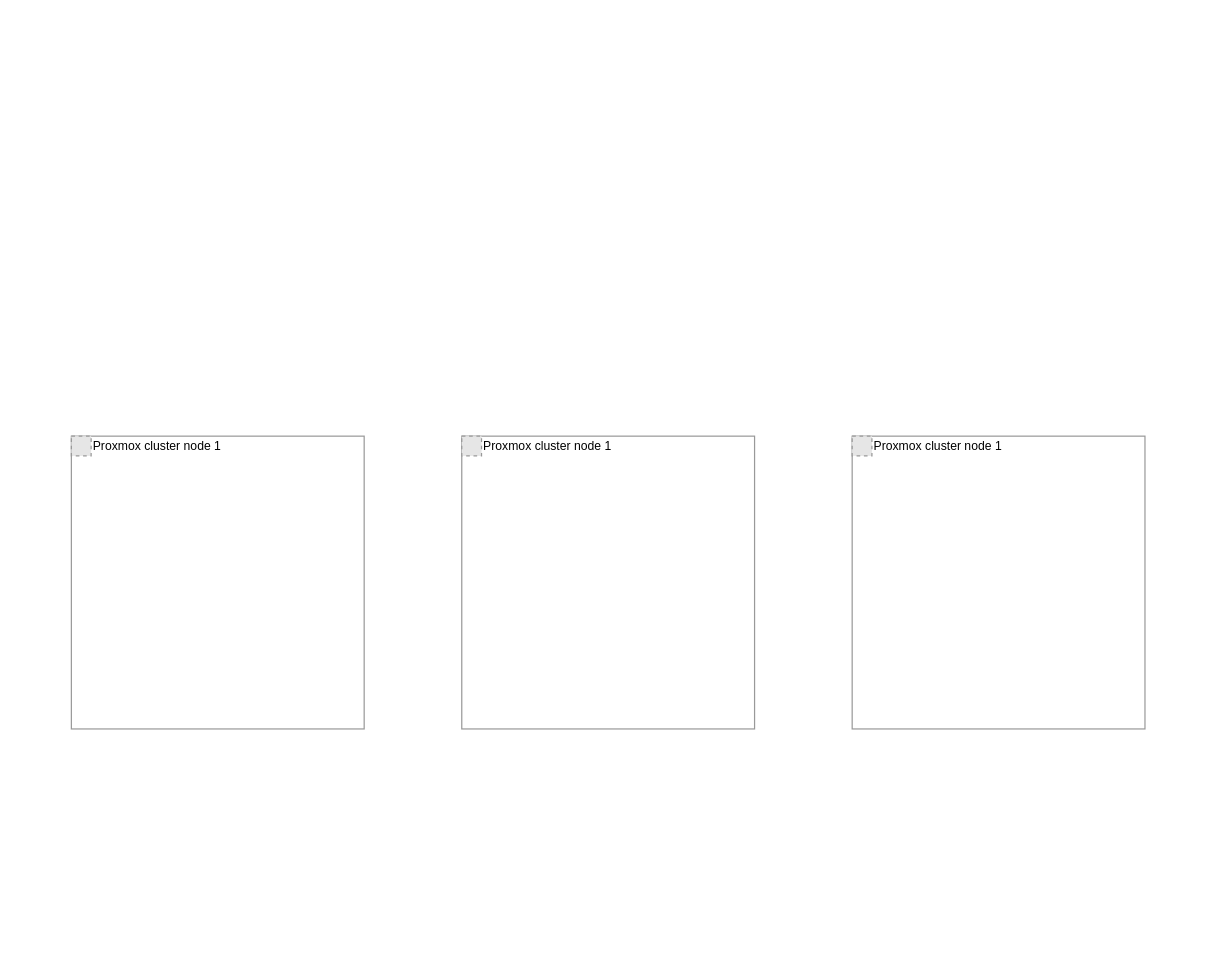
7ak/draw.io keeps this draw.io diagram as Proxmox networks.drawio. Above is the earlier version. Source tidied: cells renumbered, new cells numbered last; positions are measured from the earlier drawing's top-left corner, leaving out a move shared by most shapes. Both pictures are drawn from the tidied source at 122%, with x=0, y=0 at pixel (71, 436). Pictures stored in the file or linked from it are replaced by grey dashed boxes.
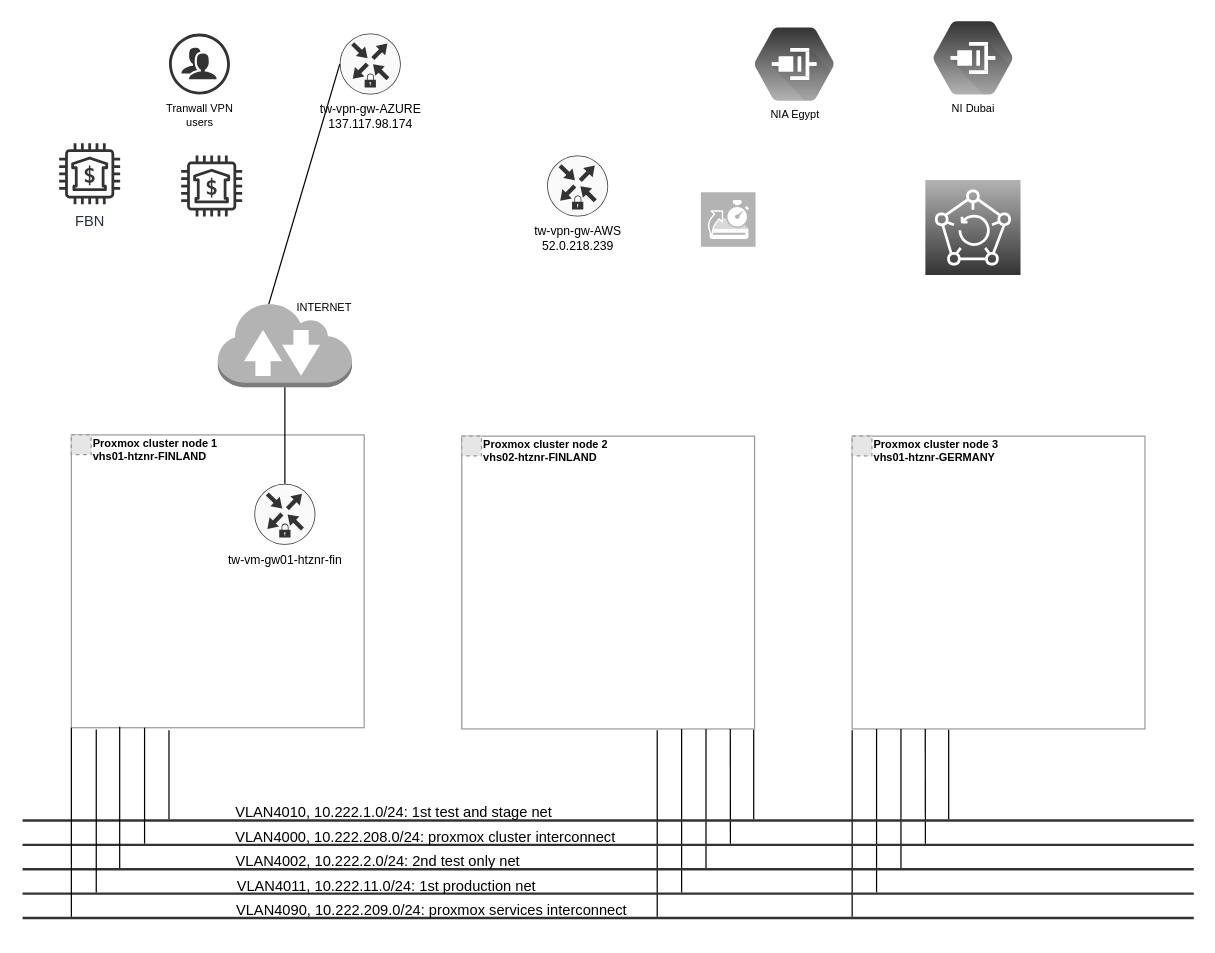
After the change.

The change refers to these unchanged cells:
```xml
<mxCell id="3" style="whiteSpace=wrap;html=1;fillColor=none;strokeColor=#999999;" parent="2" vertex="1">
  <mxGeometry width="240" height="240" as="geometry" />
</mxCell>
<mxCell id="5" style="group;fontStyle=1;" parent="1" vertex="1">
  <mxGeometry x="320" width="240" height="270" as="geometry" />
</mxCell>
<mxCell id="8" style="group;" parent="1" vertex="1">
  <mxGeometry x="640" width="240" height="270" as="geometry" />
</mxCell>
```

Change to the diagram source:
```diff
@@
     <mxCell id="2" style="group;" parent="1" vertex="1">
-      <mxGeometry width="240" height="270" as="geometry" />
+      <mxGeometry y="-1" width="240" height="270" as="geometry" />
     </mxCell>
@@
-    <mxCell id="4" value="Proxmox cluster node 1" style="fillColor=#E6E6E6;strokeColor=#999999;dashed=1;html=1;verticalAlign=middle;verticalLabelPosition=middle;labelBackgroundColor=#ffffff;labelPosition=right;align=left;fontSize=10;" parent="2" vertex="1">
+    <mxCell id="4" value="Proxmox cluster node 1&lt;br&gt;vhs01-htznr-FINLAND" style="fillColor=#E6E6E6;strokeColor=#999999;dashed=1;html=1;verticalAlign=middle;verticalLabelPosition=middle;labelBackgroundColor=#ffffff;labelPosition=right;align=left;fontSize=9;fontStyle=1;spacing=2;spacingBottom=-8;" parent="2" vertex="1">
       <mxGeometry width="16.2" height="16.2" as="geometry" />
     </mxCell>
+    <mxCell id="11" value="tw-vm-gw01-htznr-fin" style="points=[[0.5,0,0],[1,0.5,0],[0.5,1,0],[0,0.5,0],[0.145,0.145,0],[0.8555,0.145,0],[0.855,0.8555,0],[0.145,0.855,0]];verticalLabelPosition=bottom;html=1;verticalAlign=top;align=center;shape=mxgraph.cisco19.rect;prIcon=secure_router;fillColor=#FAFAFA;strokeColor=#333333;fontSize=10;" parent="2" vertex="1">
+      <mxGeometry x="150" y="40" width="50" height="50" as="geometry" />
+    </mxCell>
@@
-    <mxCell id="7" value="Proxmox cluster node 1" style="fillColor=#E6E6E6;strokeColor=#999999;dashed=1;html=1;verticalAlign=middle;verticalLabelPosition=middle;labelBackgroundColor=#ffffff;labelPosition=right;align=left;fontSize=10;" parent="5" vertex="1">
+    <mxCell id="7" value="Proxmox cluster node 2&lt;br&gt;vhs02-htznr-FINLAND" style="fillColor=#E6E6E6;strokeColor=#999999;dashed=1;html=1;verticalAlign=middle;verticalLabelPosition=middle;labelBackgroundColor=#ffffff;labelPosition=right;align=left;fontSize=9;fontStyle=1;spacing=2;spacingBottom=-8;" parent="5" vertex="1">
       <mxGeometry width="16.2" height="16.2" as="geometry" />
     </mxCell>
+    <mxCell id="12" style="orthogonalLoop=1;jettySize=auto;html=1;endArrow=none;strokeWidth=1;fontColor=#000000;fontSize=12;verticalAlign=top;strokeColor=#000000;fillColor=#ffffff;spacingTop=4;entryX=0.663;entryY=1.003;entryDx=0;entryDy=0;entryPerimeter=0;" parent="5" edge="1">
+      <mxGeometry relative="1" as="geometry">
+        <mxPoint x="239.3" y="314" as="sourcePoint" />
+        <mxPoint x="239.3" y="240.7" as="targetPoint" />
+      </mxGeometry>
+    </mxCell>
+    <mxCell id="13" style="orthogonalLoop=1;jettySize=auto;html=1;endArrow=none;strokeWidth=1;fontColor=#000000;fontSize=12;verticalAlign=top;strokeColor=#000000;fillColor=#ffffff;spacingTop=4;entryX=0.583;entryY=1;entryDx=0;entryDy=0;entryPerimeter=0;" parent="5" edge="1">
+      <mxGeometry relative="1" as="geometry">
+        <mxPoint x="220.2" y="334" as="sourcePoint" />
+        <mxPoint x="220.1" y="240" as="targetPoint" />
+      </mxGeometry>
+    </mxCell>
+    <mxCell id="14" style="orthogonalLoop=1;jettySize=auto;html=1;endArrow=none;strokeWidth=1;fontColor=#000000;fontSize=12;verticalAlign=top;strokeColor=#000000;fillColor=#ffffff;spacingTop=4;entryX=0.5;entryY=1;entryDx=0;entryDy=0;" parent="5" edge="1">
+      <mxGeometry relative="1" as="geometry">
+        <mxPoint x="200.2" y="354" as="sourcePoint" />
+        <mxPoint x="200.2" y="240" as="targetPoint" />
+      </mxGeometry>
+    </mxCell>
+    <mxCell id="15" style="orthogonalLoop=1;jettySize=auto;html=1;endArrow=none;strokeWidth=1;fontColor=#000000;fontSize=12;verticalAlign=top;strokeColor=#000000;fillColor=#ffffff;spacingTop=4;" parent="5" edge="1">
+      <mxGeometry relative="1" as="geometry">
+        <mxPoint x="180.2" y="374" as="sourcePoint" />
+        <mxPoint x="180.2" y="240" as="targetPoint" />
+      </mxGeometry>
+    </mxCell>
+    <mxCell id="16" style="orthogonalLoop=1;jettySize=auto;html=1;endArrow=none;strokeWidth=1;fontColor=#000000;fontSize=12;verticalAlign=top;strokeColor=#000000;fillColor=#ffffff;spacingTop=4;" parent="5" edge="1">
+      <mxGeometry relative="1" as="geometry">
+        <mxPoint x="160.2" y="394" as="sourcePoint" />
+        <mxPoint x="160.2" y="241" as="targetPoint" />
+      </mxGeometry>
+    </mxCell>
@@
-    <mxCell id="10" value="Proxmox cluster node 1" style="fillColor=#E6E6E6;strokeColor=#999999;dashed=1;html=1;verticalAlign=middle;verticalLabelPosition=middle;labelBackgroundColor=#ffffff;labelPosition=right;align=left;fontSize=10;" parent="8" vertex="1">
+    <mxCell id="10" value="Proxmox cluster node 3&lt;br&gt;vhs01-htznr-GERMANY" style="fillColor=#E6E6E6;strokeColor=#999999;dashed=1;html=1;verticalAlign=middle;verticalLabelPosition=middle;labelBackgroundColor=#ffffff;labelPosition=right;align=left;fontSize=9;fontStyle=1;spacing=2;spacingBottom=-8;" parent="8" vertex="1">
       <mxGeometry width="16.2" height="16.2" as="geometry" />
     </mxCell>
+    <mxCell id="17" style="orthogonalLoop=1;jettySize=auto;html=1;endArrow=none;strokeWidth=1;fontColor=#000000;fontSize=12;verticalAlign=top;strokeColor=#000000;fillColor=#ffffff;spacingTop=4;entryX=0.663;entryY=1.003;entryDx=0;entryDy=0;entryPerimeter=0;" parent="8" edge="1">
+      <mxGeometry relative="1" as="geometry">
+        <mxPoint x="79.1" y="314" as="sourcePoint" />
+        <mxPoint x="79.1" y="240.7" as="targetPoint" />
+      </mxGeometry>
+    </mxCell>
+    <mxCell id="18" style="orthogonalLoop=1;jettySize=auto;html=1;endArrow=none;strokeWidth=1;fontColor=#000000;fontSize=12;verticalAlign=top;strokeColor=#000000;fillColor=#ffffff;spacingTop=4;entryX=0.583;entryY=1;entryDx=0;entryDy=0;entryPerimeter=0;" parent="8" edge="1">
+      <mxGeometry relative="1" as="geometry">
+        <mxPoint x="60" y="334" as="sourcePoint" />
+        <mxPoint x="59.9" y="240" as="targetPoint" />
+      </mxGeometry>
+    </mxCell>
+    <mxCell id="19" style="orthogonalLoop=1;jettySize=auto;html=1;endArrow=none;strokeWidth=1;fontColor=#000000;fontSize=12;verticalAlign=top;strokeColor=#000000;fillColor=#ffffff;spacingTop=4;entryX=0.5;entryY=1;entryDx=0;entryDy=0;" parent="8" edge="1">
+      <mxGeometry relative="1" as="geometry">
+        <mxPoint x="40" y="354" as="sourcePoint" />
+        <mxPoint x="40" y="240" as="targetPoint" />
+      </mxGeometry>
+    </mxCell>
+    <mxCell id="20" style="orthogonalLoop=1;jettySize=auto;html=1;endArrow=none;strokeWidth=1;fontColor=#000000;fontSize=12;verticalAlign=top;strokeColor=#000000;fillColor=#ffffff;spacingTop=4;" parent="8" edge="1">
+      <mxGeometry relative="1" as="geometry">
+        <mxPoint x="20" y="374" as="sourcePoint" />
+        <mxPoint x="20" y="240" as="targetPoint" />
+      </mxGeometry>
+    </mxCell>
+    <mxCell id="21" style="orthogonalLoop=1;jettySize=auto;html=1;endArrow=none;strokeWidth=1;fontColor=#000000;fontSize=12;verticalAlign=top;strokeColor=#000000;fillColor=#ffffff;spacingTop=4;" parent="8" edge="1">
+      <mxGeometry relative="1" as="geometry">
+        <mxPoint y="394" as="sourcePoint" />
+        <mxPoint y="241" as="targetPoint" />
+      </mxGeometry>
+    </mxCell>
+    <mxCell id="22" value="&lt;p style=&quot;line-height: 190%&quot;&gt;&lt;/p&gt;&lt;div&gt;&lt;/div&gt;VLAN4090, 10.222.209.0/24: proxmox services interconnect&lt;br&gt;&lt;p&gt;&lt;/p&gt;" style="line;strokeWidth=2;html=1;perimeter=backbonePerimeter;points=[];outlineConnect=0;strokeColor=#333333;spacingTop=0;verticalAlign=bottom;spacing=0;labelBackgroundColor=none;align=center;labelPosition=center;verticalLabelPosition=top;spacingBottom=-18;spacingRight=290;" parent="1" vertex="1">
+      <mxGeometry x="-40" y="390" width="960" height="10" as="geometry" />
+    </mxCell>
+    <mxCell id="23" value="&lt;p style=&quot;line-height: 190%&quot;&gt;&lt;/p&gt;&lt;div&gt;&lt;/div&gt;VLAN4011, 10.222.11.0/24: 1st production net&lt;br&gt;&lt;p&gt;&lt;/p&gt;" style="line;strokeWidth=2;html=1;perimeter=backbonePerimeter;points=[];outlineConnect=0;strokeColor=#333333;spacingTop=0;verticalAlign=bottom;spacing=0;labelBackgroundColor=none;align=center;labelPosition=center;verticalLabelPosition=top;spacingBottom=-18;spacingRight=365;" parent="1" vertex="1">
+      <mxGeometry x="-40" y="370" width="960" height="10" as="geometry" />
+    </mxCell>
+    <mxCell id="24" value="&lt;p style=&quot;line-height: 190%&quot;&gt;&lt;/p&gt;&lt;div&gt;&lt;/div&gt;VLAN4002, 10.222.2.0/24: 2nd test only net&lt;br&gt;&lt;p&gt;&lt;/p&gt;" style="line;strokeWidth=2;html=1;perimeter=backbonePerimeter;points=[];outlineConnect=0;strokeColor=#333333;spacingTop=0;verticalAlign=bottom;spacing=0;labelBackgroundColor=none;align=center;labelPosition=center;verticalLabelPosition=top;spacingBottom=-18;spacingRight=378;" parent="1" vertex="1">
+      <mxGeometry x="-40" y="350" width="960" height="10" as="geometry" />
+    </mxCell>
+    <mxCell id="25" value="&lt;p style=&quot;line-height: 190%&quot;&gt;&lt;/p&gt;&lt;div&gt;&lt;/div&gt;VLAN4000, 10.222.208.0/24: proxmox cluster interconnect&lt;br&gt;&lt;p&gt;&lt;/p&gt;" style="line;strokeWidth=2;html=1;perimeter=backbonePerimeter;points=[];outlineConnect=0;strokeColor=#333333;spacingTop=0;verticalAlign=bottom;spacing=0;labelBackgroundColor=none;align=center;labelPosition=center;verticalLabelPosition=top;spacingBottom=-18;spacingRight=300;" parent="1" vertex="1">
+      <mxGeometry x="-40" y="330" width="960" height="10" as="geometry" />
+    </mxCell>
+    <mxCell id="26" value="&lt;p style=&quot;line-height: 190%&quot;&gt;&lt;/p&gt;&lt;div&gt;&lt;/div&gt;VLAN4010, 10.222.1.0/24: 1st test and stage net&lt;br&gt;&lt;p&gt;&lt;/p&gt;" style="line;strokeWidth=2;html=1;perimeter=backbonePerimeter;points=[];outlineConnect=0;strokeColor=#333333;spacingTop=0;verticalAlign=bottom;spacing=0;labelBackgroundColor=none;align=center;labelPosition=center;verticalLabelPosition=top;spacingBottom=-18;spacingRight=352;" parent="1" vertex="1">
+      <mxGeometry x="-40" y="310" width="960" height="10" as="geometry" />
+    </mxCell>
+    <mxCell id="27" style="jettySize=auto;html=1;endArrow=none;strokeWidth=1;fontColor=#000000;fontSize=12;verticalAlign=top;strokeColor=#000000;fillColor=#ffffff;spacingTop=4;" parent="1" edge="1" source="26">
+      <mxGeometry relative="1" as="geometry">
+        <mxPoint x="80" y="241" as="targetPoint" />
+      </mxGeometry>
+    </mxCell>
+    <mxCell id="28" style="jettySize=auto;html=1;endArrow=none;strokeWidth=1;fontColor=#000000;fontSize=12;verticalAlign=top;strokeColor=#000000;fillColor=#ffffff;spacingTop=4;entryX=0.25;entryY=1;entryDx=0;entryDy=0;" parent="1" edge="1" source="25" target="3">
+      <mxGeometry relative="1" as="geometry" />
+    </mxCell>
+    <mxCell id="29" style="jettySize=auto;html=1;endArrow=none;strokeWidth=1;fontColor=#000000;fontSize=12;verticalAlign=top;strokeColor=#000000;fillColor=#ffffff;spacingTop=4;entryX=0.165;entryY=0.997;entryDx=0;entryDy=0;entryPerimeter=0;" parent="1" edge="1" source="24" target="3">
+      <mxGeometry relative="1" as="geometry" />
+    </mxCell>
+    <mxCell id="30" style="jettySize=auto;html=1;endArrow=none;strokeWidth=1;fontColor=#000000;fontSize=12;verticalAlign=top;strokeColor=#000000;fillColor=#ffffff;spacingTop=4;entryX=0.085;entryY=1.006;entryDx=0;entryDy=0;entryPerimeter=0;" parent="1" edge="1" source="23" target="3">
+      <mxGeometry relative="1" as="geometry" />
+    </mxCell>
+    <mxCell id="31" style="jettySize=auto;html=1;endArrow=none;strokeWidth=1;fontColor=#000000;fontSize=12;verticalAlign=top;strokeColor=#000000;fillColor=#ffffff;spacingTop=4;entryX=0;entryY=1;entryDx=0;entryDy=0;" parent="1" edge="1" source="22" target="3">
+      <mxGeometry relative="1" as="geometry" />
+    </mxCell>
+    <mxCell id="32" value="tw-vpn-gw-AZURE&lt;br&gt;137.117.98.174" style="points=[[0.5,0,0],[1,0.5,0],[0.5,1,0],[0,0.5,0],[0.145,0.145,0],[0.8555,0.145,0],[0.855,0.8555,0],[0.145,0.855,0]];verticalLabelPosition=bottom;html=1;verticalAlign=top;align=center;shape=mxgraph.cisco19.rect;prIcon=secure_router;fillColor=#FAFAFA;strokeColor=#333333;fontSize=10;" parent="1" vertex="1">
+      <mxGeometry x="220" y="-330" width="50" height="50" as="geometry" />
+    </mxCell>
+    <mxCell id="33" value="tw-vpn-gw-AWS&lt;br&gt;52.0.218.239" style="verticalLabelPosition=bottom;html=1;verticalAlign=top;align=center;shape=mxgraph.cisco19.rect;prIcon=secure_router;fillColor=#FAFAFA;strokeColor=#333333;fontSize=10;" parent="1" vertex="1">
+      <mxGeometry x="390" y="-230" width="50" height="50" as="geometry" />
+    </mxCell>
+    <mxCell id="34" value="Tranwall VPN&lt;br&gt;users" style="verticalLabelPosition=bottom;html=1;fillColor=#333333;verticalAlign=top;align=center;shape=mxgraph.cisco_safe.design.users;strokeColor=#333333;strokeWidth=2;fontSize=9;" parent="1" vertex="1">
+      <mxGeometry x="80" y="-330" width="50" height="50" as="geometry" />
+    </mxCell>
+    <mxCell id="35" value="INTERNET" style="outlineConnect=0;dashed=0;verticalLabelPosition=top;verticalAlign=bottom;align=left;html=1;shape=mxgraph.aws3.internet_2;fillColor=#B3B3B3;gradientColor=none;strokeColor=#333333;strokeWidth=2;fontSize=9;labelPosition=right;spacingBottom=-13;spacingLeft=-47;" parent="1" vertex="1">
+      <mxGeometry x="120" y="-110" width="110" height="70" as="geometry" />
+    </mxCell>
+    <mxCell id="36" style="edgeStyle=none;rounded=0;jettySize=auto;html=1;strokeColor=#000000;strokeWidth=1;fontSize=9;align=right;endArrow=none;endFill=0;" parent="1" edge="1" source="11" target="35">
+      <mxGeometry relative="1" as="geometry" />
+    </mxCell>
+    <mxCell id="37" style="edgeStyle=none;rounded=0;jettySize=auto;html=1;strokeColor=#000000;strokeWidth=1;fontSize=9;align=right;endArrow=none;endFill=0;entryX=0;entryY=0.5;entryDx=0;entryDy=0;entryPerimeter=0;exitX=0.38;exitY=0.025;exitDx=0;exitDy=0;exitPerimeter=0;" parent="1" edge="1" source="35" target="32">
+      <mxGeometry relative="1" as="geometry" />
+    </mxCell>
+    <mxCell id="38" style="fontColor=#232F3E;gradientColor=#B3B3B3;gradientDirection=north;fillColor=#333333;strokeColor=#ffffff;dashed=0;verticalLabelPosition=bottom;verticalAlign=top;align=center;html=1;fontSize=12;fontStyle=0;shape=mxgraph.aws4.resourceIcon;resIcon=mxgraph.aws4.backup;" parent="1" vertex="1">
+      <mxGeometry x="700" y="-210" width="78" height="78" as="geometry" />
+    </mxCell>
+    <mxCell id="39" style="shadow=0;dashed=0;html=1;strokeColor=none;fillColor=#B3B3B3;labelPosition=center;verticalLabelPosition=bottom;verticalAlign=top;align=center;shape=mxgraph.veeam.2d.backup_from_storage_snapshots;fontSize=9;" parent="1" vertex="1">
+      <mxGeometry x="516" y="-200" width="44.8" height="44.8" as="geometry" />
+    </mxCell>
+    <mxCell id="40" value="FBN" style="fontColor=#232F3E;gradientColor=none;fillColor=#333333;strokeColor=none;dashed=0;verticalLabelPosition=bottom;verticalAlign=top;align=center;html=1;fontSize=12;fontStyle=0;shape=mxgraph.aws4.bank;" parent="1" vertex="1">
+      <mxGeometry x="-10" y="-240" width="50" height="50" as="geometry" />
+    </mxCell>
+    <mxCell id="41" style="fontColor=#232F3E;gradientColor=none;fillColor=#333333;strokeColor=none;dashed=0;verticalLabelPosition=bottom;verticalAlign=top;align=center;html=1;fontSize=12;fontStyle=0;shape=mxgraph.aws4.bank;" parent="1" vertex="1">
+      <mxGeometry x="90" y="-230" width="50" height="50" as="geometry" />
+    </mxCell>
+    <mxCell id="42" value="NIA Egypt" style="shape=mxgraph.gcp.networking.cloud_partner_interconnect;html=1;fillColor=#333333;gradientColor=#B3B3B3;strokeColor=none;verticalLabelPosition=bottom;verticalAlign=top;align=center;fontSize=9;" parent="1" vertex="1">
+      <mxGeometry x="560" y="-335" width="65" height="60" as="geometry" />
+    </mxCell>
+    <mxCell id="43" value="NI Dubai" style="shape=mxgraph.gcp.networking.cloud_partner_interconnect;html=1;fillColor=#333333;gradientColor=#B3B3B3;strokeColor=none;verticalLabelPosition=bottom;verticalAlign=top;align=center;fontSize=9;" parent="1" vertex="1">
+      <mxGeometry x="706.5" y="-340" width="65" height="60" as="geometry" />
+    </mxCell>
```
